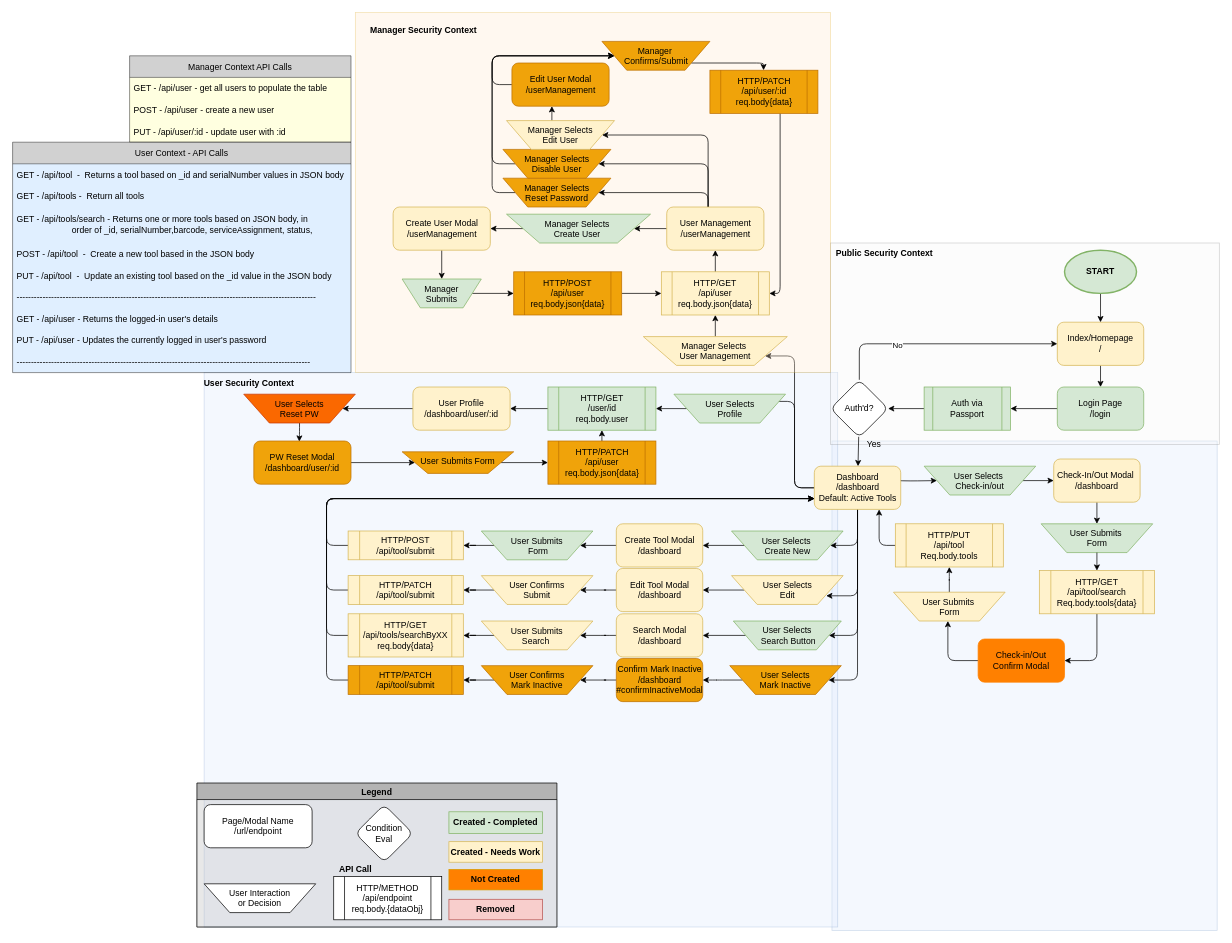
The draw.io diagram page "BusinessLogicTree" (1 of 2) of designDocument/apiTree.drawio in DaveLuhman/toolkeeper, before the edit. Source tidied: cells renumbered, new cells numbered last; positions are measured from the earlier drawing's top-left corner, leaving out a move shared by most shapes. Both pictures are drawn from the tidied source at 72%, with x=0, y=0 at pixel (12, 12).
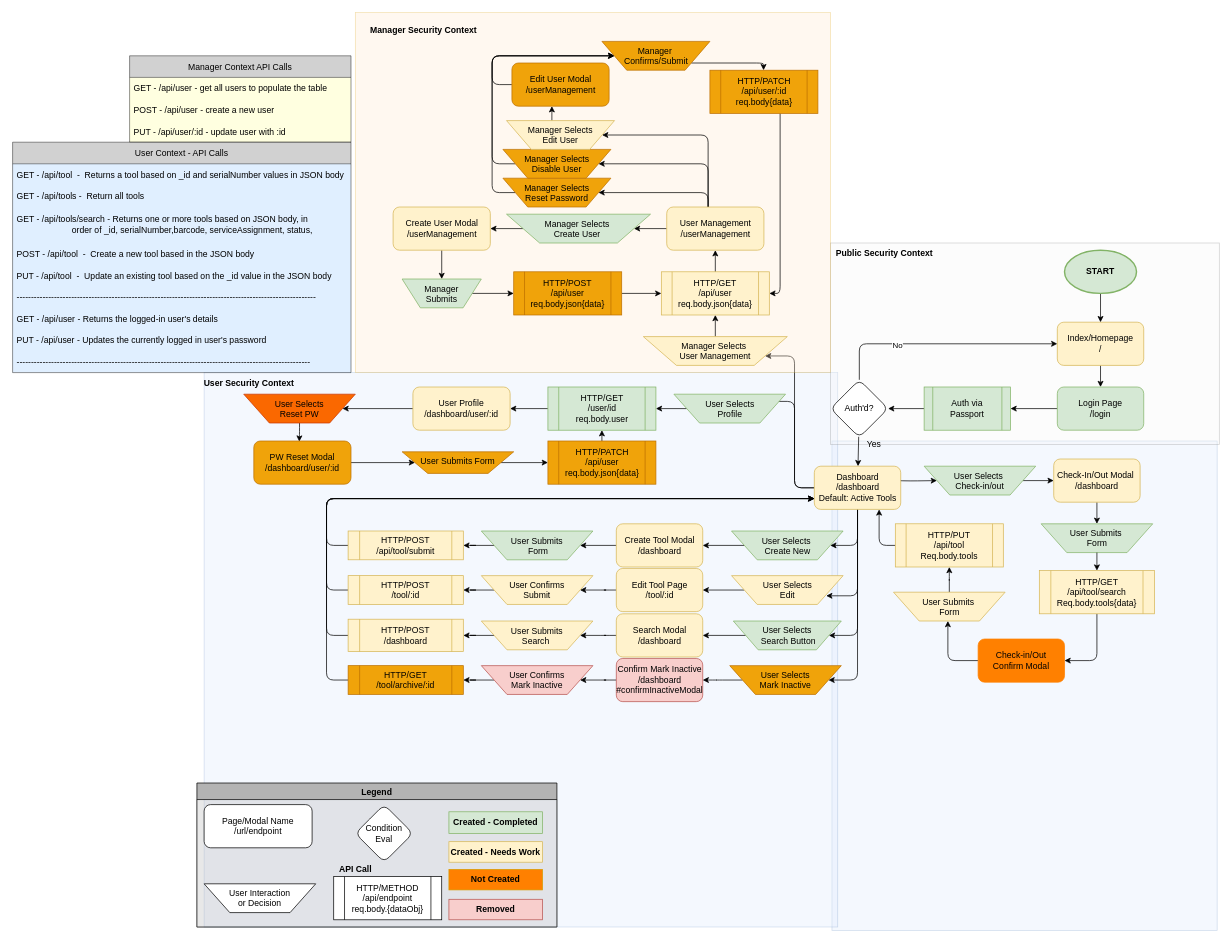
The same diagram, later.

Diff of the diagram source:
```diff
@@
-    <mxCell id="29" value="HTTP/GET&lt;br&gt;/api/tools/searchByXX&lt;br&gt;req.body{data}" style="shape=process;whiteSpace=wrap;html=1;backgroundOutline=1;fillColor=#fff2cc;strokeColor=#d6b656;" parent="1" vertex="1">
-      <mxGeometry x="466" y="835" width="160" height="60" as="geometry" />
+    <mxCell id="29" value="HTTP/POST&lt;br&gt;/dashboard" style="shape=process;whiteSpace=wrap;html=1;backgroundOutline=1;fillColor=#fff2cc;strokeColor=#d6b656;" parent="1" vertex="1">
+      <mxGeometry x="466" y="842.5" width="160" height="45" as="geometry" />
     </mxCell>
@@
-    <mxCell id="115" value="Edit Tool Modal&lt;br&gt;/dashboard" style="whiteSpace=wrap;html=1;rounded=1;fillColor=#fff2cc;strokeColor=#d6b656;" parent="1" vertex="1">
+    <mxCell id="115" value="Edit Tool Page&lt;br&gt;/tool/:id" style="whiteSpace=wrap;html=1;rounded=1;fillColor=#fff2cc;strokeColor=#d6b656;" parent="1" vertex="1">
       <mxGeometry x="838.5" y="772" width="120" height="60" as="geometry" />
     </mxCell>
@@
-    <mxCell id="121" value="Confirm Mark Inactive&lt;br&gt;/dashboard&lt;br&gt;#confirmInactiveModal" style="whiteSpace=wrap;html=1;rounded=1;fillColor=#f0a30a;fontColor=#000000;strokeColor=#BD7000;" parent="1" vertex="1">
+    <mxCell id="121" value="Confirm Mark Inactive&lt;br&gt;/dashboard&lt;br&gt;#confirmInactiveModal" style="whiteSpace=wrap;html=1;rounded=1;fillColor=#f8cecc;strokeColor=#b85450;" parent="1" vertex="1">
       <mxGeometry x="838.5" y="897" width="120" height="60" as="geometry" />
     </mxCell>
@@
-    <mxCell id="139" value="User Confirms&lt;br&gt;Mark Inactive" style="verticalLabelPosition=middle;verticalAlign=top;html=1;shape=trapezoid;perimeter=trapezoidPerimeter;whiteSpace=wrap;size=0.23;arcSize=10;flipV=1;labelPosition=center;align=center;fontFamily=Helvetica;fontSize=12;fontColor=#000000;strokeColor=#BD7000;fillColor=#f0a30a;" parent="1" vertex="1">
+    <mxCell id="139" value="User Confirms&lt;br&gt;Mark Inactive" style="verticalLabelPosition=middle;verticalAlign=top;html=1;shape=trapezoid;perimeter=trapezoidPerimeter;whiteSpace=wrap;size=0.23;arcSize=10;flipV=1;labelPosition=center;align=center;fontFamily=Helvetica;fontSize=12;strokeColor=#b85450;fillColor=#f8cecc;" parent="1" vertex="1">
       <mxGeometry x="651" y="907" width="155" height="40" as="geometry" />
     </mxCell>
@@
-    <mxCell id="141" value="HTTP/PATCH&lt;br&gt;/api/tool/submit" style="shape=process;whiteSpace=wrap;html=1;backgroundOutline=1;fillColor=#fff2cc;strokeColor=#d6b656;" parent="1" vertex="1">
+    <mxCell id="141" value="HTTP/POST&lt;br&gt;/tool/:id" style="shape=process;whiteSpace=wrap;html=1;backgroundOutline=1;fillColor=#fff2cc;strokeColor=#d6b656;" parent="1" vertex="1">
       <mxGeometry x="466" y="782" width="160" height="40" as="geometry" />
     </mxCell>
@@
-    <mxCell id="143" value="HTTP/PATCH&lt;br&gt;/api/tool/submit" style="shape=process;whiteSpace=wrap;html=1;backgroundOutline=1;fillColor=#f0a30a;strokeColor=#BD7000;fontColor=#000000;" parent="1" vertex="1">
+    <mxCell id="143" value="HTTP/GET&lt;br&gt;/tool/archive/:id" style="shape=process;whiteSpace=wrap;html=1;backgroundOutline=1;fillColor=#f0a30a;strokeColor=#BD7000;fontColor=#000000;" parent="1" vertex="1">
       <mxGeometry x="466" y="907" width="160" height="40" as="geometry" />
     </mxCell>
```
